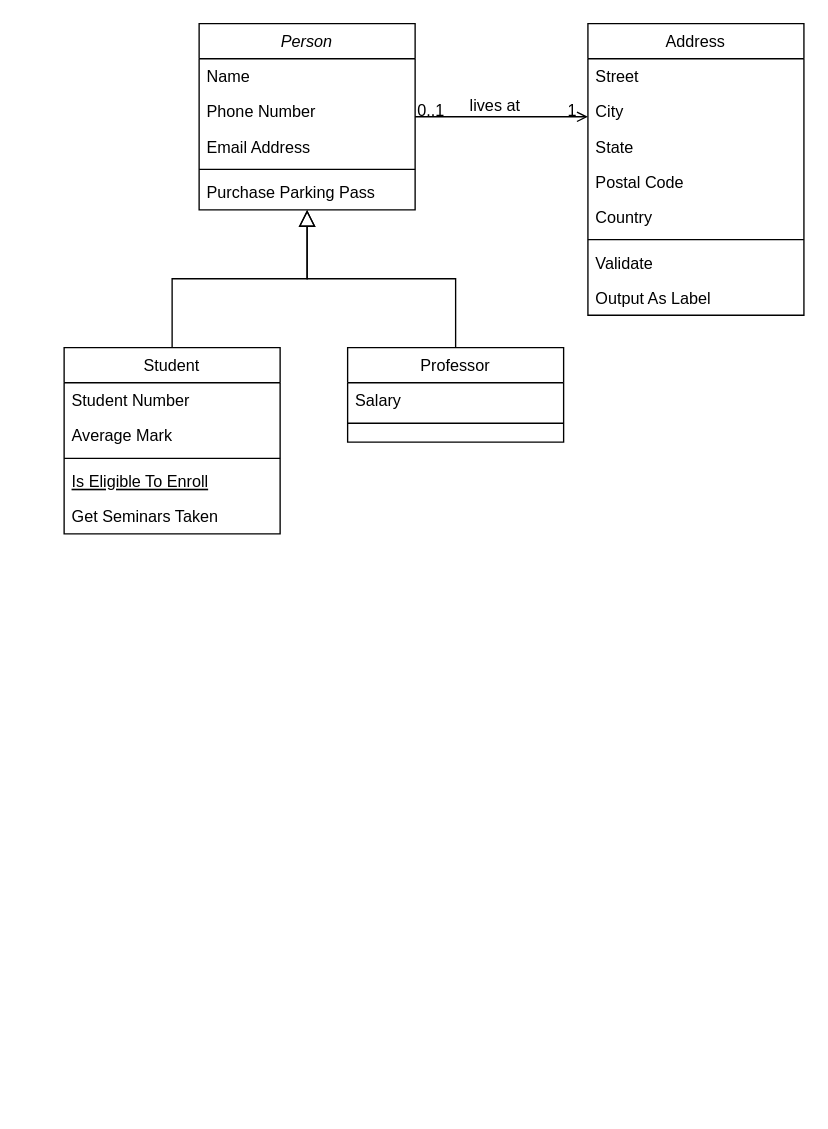
Before: ENG SOFTWARE/Aula 03.drawio in dieguesmosken/mosken.fatec, a draw.io diagram. Source tidied: cells renumbered, new cells numbered last; positions are measured from the earlier drawing's top-left corner, leaving out a move shared by most shapes. Both pictures are drawn from the tidied source at 135%, with x=0, y=0 at pixel (63, 23).
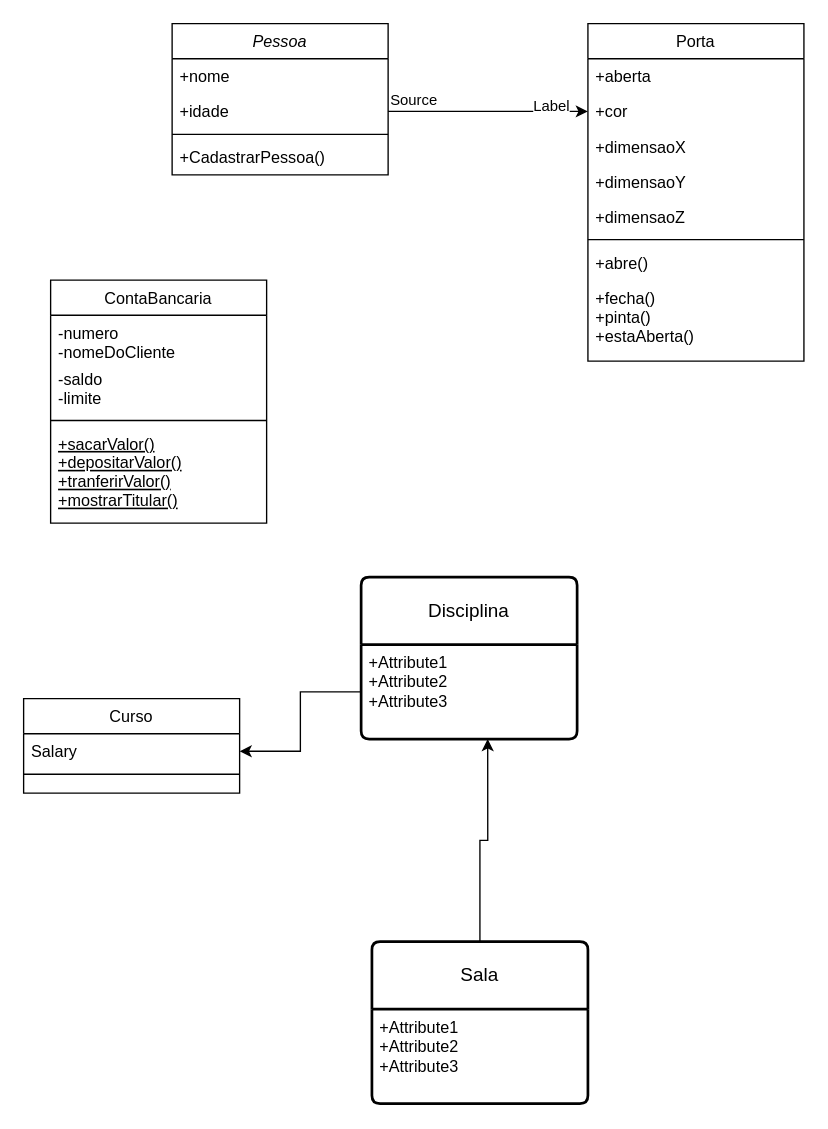
Above is the later version.

The change refers to these unchanged cells:
```xml
<mxCell id="16" value="Salary" style="text;align=left;verticalAlign=top;spacingLeft=4;spacingRight=4;overflow=hidden;points=[[0,0.5],[1,0.5]];portConstraint=eastwest;" parent="15" vertex="1">
  <mxGeometry y="26" width="160" height="26" as="geometry" />
</mxCell>
```

The edit, as a diff of the source:
```diff
@@
-    <mxCell id="2" value="Person" style="swimlane;fontStyle=2;align=center;verticalAlign=top;horizontal=1;startSize=26;rounded=0;shadow=0;strokeWidth=1;" parent="1" vertex="1">
-      <mxGeometry x="100" width="160" height="138" as="geometry" />
+    <mxCell id="2" value="Pessoa" style="swimlane;fontStyle=2;align=center;verticalAlign=top;horizontal=1;startSize=26;rounded=0;shadow=0;strokeWidth=1;" parent="1" vertex="1">
+      <mxGeometry x="80" width="160" height="112" as="geometry" />
     </mxCell>
-    <mxCell id="3" value="Name" style="text;align=left;verticalAlign=top;spacingLeft=4;spacingRight=4;overflow=hidden;" parent="2" vertex="1">
+    <mxCell id="3" value="+nome" style="text;align=left;verticalAlign=top;spacingLeft=4;spacingRight=4;overflow=hidden;" parent="2" vertex="1">
       <mxGeometry y="26" width="160" height="26" as="geometry" />
     </mxCell>
-    <mxCell id="4" value="Phone Number" style="text;align=left;verticalAlign=top;spacingLeft=4;spacingRight=4;overflow=hidden;points=[[0,0.5],[1,0.5]];portConstraint=eastwest;rounded=0;shadow=0;html=0;" parent="2" vertex="1">
+    <mxCell id="4" value="+idade" style="text;align=left;verticalAlign=top;spacingLeft=4;spacingRight=4;overflow=hidden;points=[[0,0.5],[1,0.5]];portConstraint=eastwest;rounded=0;shadow=0;html=0;" parent="2" vertex="1">
       <mxGeometry y="52" width="160" height="26" as="geometry" />
     </mxCell>
-    <mxCell id="5" value="Email Address" style="text;align=left;verticalAlign=top;spacingLeft=4;spacingRight=4;overflow=hidden;rounded=0;shadow=0;html=0;" parent="2" vertex="1">
-      <mxGeometry y="78" width="160" height="26" as="geometry" />
-    </mxCell>
     <mxCell id="6" style="line;html=1;strokeWidth=1;align=left;verticalAlign=middle;spacingTop=-1;spacingLeft=3;spacingRight=3;labelPosition=right;" parent="2" vertex="1">
-      <mxGeometry y="104" width="160" height="8" as="geometry" />
+      <mxGeometry y="78" width="160" height="8" as="geometry" />
     </mxCell>
-    <mxCell id="7" value="Purchase Parking Pass" style="text;align=left;verticalAlign=top;spacingLeft=4;spacingRight=4;overflow=hidden;" parent="2" vertex="1">
-      <mxGeometry y="112" width="160" height="26" as="geometry" />
+    <mxCell id="7" value="+CadastrarPessoa()" style="text;align=left;verticalAlign=top;spacingLeft=4;spacingRight=4;overflow=hidden;" parent="2" vertex="1">
+      <mxGeometry y="86" width="160" height="26" as="geometry" />
     </mxCell>
-    <mxCell id="8" value="Student" style="swimlane;fontStyle=0;align=center;verticalAlign=top;horizontal=1;startSize=26;rounded=0;shadow=0;strokeWidth=1;" parent="1" vertex="1">
-      <mxGeometry y="240" width="160" height="138" as="geometry" />
+    <mxCell id="8" value="ContaBancaria" style="swimlane;fontStyle=0;align=center;verticalAlign=top;horizontal=1;startSize=26;rounded=0;shadow=0;strokeWidth=1;" parent="1" vertex="1">
+      <mxGeometry x="-10" y="190" width="160" height="180" as="geometry" />
     </mxCell>
-    <mxCell id="9" value="Student Number" style="text;align=left;verticalAlign=top;spacingLeft=4;spacingRight=4;overflow=hidden;" parent="8" vertex="1">
-      <mxGeometry y="26" width="160" height="26" as="geometry" />
+    <mxCell id="9" value="-numero&#10;-nomeDoCliente&#10;" style="text;align=left;verticalAlign=top;spacingLeft=4;spacingRight=4;overflow=hidden;" parent="8" vertex="1">
+      <mxGeometry y="26" width="160" height="34" as="geometry" />
     </mxCell>
-    <mxCell id="10" value="Average Mark" style="text;align=left;verticalAlign=top;spacingLeft=4;spacingRight=4;overflow=hidden;rounded=0;shadow=0;html=0;" parent="8" vertex="1">
-      <mxGeometry y="52" width="160" height="26" as="geometry" />
+    <mxCell id="10" value="-saldo&#10;-limite&#10;" style="text;align=left;verticalAlign=top;spacingLeft=4;spacingRight=4;overflow=hidden;rounded=0;shadow=0;html=0;" parent="8" vertex="1">
+      <mxGeometry y="60" width="160" height="40" as="geometry" />
     </mxCell>
     <mxCell id="11" style="line;html=1;strokeWidth=1;align=left;verticalAlign=middle;spacingTop=-1;spacingLeft=3;spacingRight=3;labelPosition=right;" parent="8" vertex="1">
-      <mxGeometry y="78" width="160" height="8" as="geometry" />
+      <mxGeometry y="100" width="160" height="8" as="geometry" />
     </mxCell>
-    <mxCell id="12" value="Is Eligible To Enroll" style="text;align=left;verticalAlign=top;spacingLeft=4;spacingRight=4;overflow=hidden;fontStyle=4;" parent="8" vertex="1">
-      <mxGeometry y="86" width="160" height="26" as="geometry" />
+    <mxCell id="12" value="+sacarValor()&#10;+depositarValor()&#10;+tranferirValor()&#10;+mostrarTitular()" style="text;align=left;verticalAlign=top;spacingLeft=4;spacingRight=4;overflow=hidden;fontStyle=4;" parent="8" vertex="1">
+      <mxGeometry y="108" width="160" height="72" as="geometry" />
     </mxCell>
-    <mxCell id="13" value="Get Seminars Taken" style="text;align=left;verticalAlign=top;spacingLeft=4;spacingRight=4;overflow=hidden;" parent="8" vertex="1">
-      <mxGeometry y="112" width="160" height="26" as="geometry" />
-    </mxCell>
-    <mxCell id="14" style="endArrow=block;endSize=10;endFill=0;shadow=0;strokeWidth=1;rounded=0;curved=0;edgeStyle=elbowEdgeStyle;elbow=vertical;" parent="1" edge="1" source="8" target="2">
-      <mxGeometry relative="1" as="geometry" />
-    </mxCell>
-    <mxCell id="15" value="Professor" style="swimlane;fontStyle=0;align=center;verticalAlign=top;horizontal=1;startSize=26;rounded=0;shadow=0;strokeWidth=1;" parent="1" vertex="1">
-      <mxGeometry x="210" y="240" width="160" height="70" as="geometry" />
+    <mxCell id="15" value="Curso" style="swimlane;fontStyle=0;align=center;verticalAlign=top;horizontal=1;startSize=26;rounded=0;shadow=0;strokeWidth=1;" parent="1" vertex="1">
+      <mxGeometry x="-30" y="500" width="160" height="70" as="geometry" />
     </mxCell>
@@
-    <mxCell id="18" style="endArrow=block;endSize=10;endFill=0;shadow=0;strokeWidth=1;rounded=0;curved=0;edgeStyle=elbowEdgeStyle;elbow=vertical;" parent="1" edge="1" source="15" target="2">
-      <mxGeometry relative="1" as="geometry" />
-    </mxCell>
-    <mxCell id="19" value="Address" style="swimlane;fontStyle=0;align=center;verticalAlign=top;horizontal=1;startSize=26;rounded=0;shadow=0;strokeWidth=1;" parent="1" vertex="1">
-      <mxGeometry x="388" width="160" height="216" as="geometry" />
+    <mxCell id="19" value="Porta" style="swimlane;fontStyle=0;align=center;verticalAlign=top;horizontal=1;startSize=26;rounded=0;shadow=0;strokeWidth=1;" parent="1" vertex="1">
+      <mxGeometry x="388" width="160" height="250" as="geometry" />
     </mxCell>
-    <mxCell id="20" value="Street" style="text;align=left;verticalAlign=top;spacingLeft=4;spacingRight=4;overflow=hidden;" parent="19" vertex="1">
+    <mxCell id="20" value="+aberta" style="text;align=left;verticalAlign=top;spacingLeft=4;spacingRight=4;overflow=hidden;" parent="19" vertex="1">
       <mxGeometry y="26" width="160" height="26" as="geometry" />
     </mxCell>
-    <mxCell id="21" value="City" style="text;align=left;verticalAlign=top;spacingLeft=4;spacingRight=4;overflow=hidden;points=[[0,0.5],[1,0.5]];portConstraint=eastwest;rounded=0;shadow=0;html=0;" parent="19" vertex="1">
+    <mxCell id="21" value="+cor" style="text;align=left;verticalAlign=top;spacingLeft=4;spacingRight=4;overflow=hidden;points=[[0,0.5],[1,0.5]];portConstraint=eastwest;rounded=0;shadow=0;html=0;" parent="19" vertex="1">
       <mxGeometry y="52" width="160" height="26" as="geometry" />
     </mxCell>
-    <mxCell id="22" value="State" style="text;align=left;verticalAlign=top;spacingLeft=4;spacingRight=4;overflow=hidden;rounded=0;shadow=0;html=0;" parent="19" vertex="1">
+    <mxCell id="22" value="+dimensaoX" style="text;align=left;verticalAlign=top;spacingLeft=4;spacingRight=4;overflow=hidden;rounded=0;shadow=0;html=0;" parent="19" vertex="1">
       <mxGeometry y="78" width="160" height="26" as="geometry" />
     </mxCell>
-    <mxCell id="23" value="Postal Code" style="text;align=left;verticalAlign=top;spacingLeft=4;spacingRight=4;overflow=hidden;rounded=0;shadow=0;html=0;" parent="19" vertex="1">
+    <mxCell id="23" value="+dimensaoY" style="text;align=left;verticalAlign=top;spacingLeft=4;spacingRight=4;overflow=hidden;rounded=0;shadow=0;html=0;" parent="19" vertex="1">
       <mxGeometry y="104" width="160" height="26" as="geometry" />
     </mxCell>
-    <mxCell id="24" value="Country" style="text;align=left;verticalAlign=top;spacingLeft=4;spacingRight=4;overflow=hidden;rounded=0;shadow=0;html=0;" parent="19" vertex="1">
+    <mxCell id="24" value="+dimensaoZ" style="text;align=left;verticalAlign=top;spacingLeft=4;spacingRight=4;overflow=hidden;rounded=0;shadow=0;html=0;" parent="19" vertex="1">
       <mxGeometry y="130" width="160" height="26" as="geometry" />
     </mxCell>
@@
-    <mxCell id="26" value="Validate" style="text;align=left;verticalAlign=top;spacingLeft=4;spacingRight=4;overflow=hidden;" parent="19" vertex="1">
+    <mxCell id="26" value="+abre()" style="text;align=left;verticalAlign=top;spacingLeft=4;spacingRight=4;overflow=hidden;" parent="19" vertex="1">
       <mxGeometry y="164" width="160" height="26" as="geometry" />
     </mxCell>
-    <mxCell id="27" value="Output As Label" style="text;align=left;verticalAlign=top;spacingLeft=4;spacingRight=4;overflow=hidden;" parent="19" vertex="1">
-      <mxGeometry y="190" width="160" height="26" as="geometry" />
+    <mxCell id="27" value="+fecha()&#10;+pinta()&#10;+estaAberta()" style="text;align=left;verticalAlign=top;spacingLeft=4;spacingRight=4;overflow=hidden;" parent="19" vertex="1">
+      <mxGeometry y="190" width="160" height="60" as="geometry" />
     </mxCell>
-    <mxCell id="28" style="endArrow=open;shadow=0;strokeWidth=1;rounded=0;curved=0;endFill=1;edgeStyle=elbowEdgeStyle;elbow=vertical;" parent="1" edge="1" source="2" target="19">
-      <mxGeometry x="0.5" y="41" relative="1" as="geometry">
-        <mxPoint x="-40" y="32" as="offset" />
-      </mxGeometry>
-    </mxCell>
-    <mxCell id="29" value="0..1" style="align=left;verticalAlign=bottom;labelBackgroundColor=none;fontSize=12;" parent="28" vertex="1">
-      <mxGeometry x="-1" relative="1" as="geometry">
-        <mxPoint y="4" as="offset" />
-      </mxGeometry>
-    </mxCell>
-    <mxCell id="30" value="1" style="align=right;verticalAlign=bottom;labelBackgroundColor=none;fontSize=12;" parent="28" vertex="1">
-      <mxGeometry x="1" relative="1" as="geometry">
-        <mxPoint x="-7" y="4" as="offset" />
-      </mxGeometry>
-    </mxCell>
-    <mxCell id="31" value="lives at" style="text;html=1;align=center;verticalAlign=middle;labelBackgroundColor=none;rounded=0;shadow=0;strokeWidth=1;fontSize=12;" parent="28" vertex="1">
-      <mxGeometry x="0.5" y="49" relative="1" as="geometry">
-        <mxPoint x="-38" y="40" as="offset" />
-      </mxGeometry>
-    </mxCell>
+    <mxCell id="32" style="endArrow=classic;html=1;rounded=0;" parent="1" edge="1" source="4" target="21">
+      <mxGeometry relative="1" as="geometry" />
+    </mxCell>
+    <mxCell id="33" value="Label" style="edgeLabel;html=1;align=center;verticalAlign=middle;" parent="32" vertex="1">
+      <mxGeometry relative="1" as="geometry">
+        <mxPoint x="46" y="-5" as="offset" />
+      </mxGeometry>
+    </mxCell>
+    <mxCell id="34" value="Source" style="edgeLabel;html=1;align=left;verticalAlign=bottom;" parent="32" vertex="1">
+      <mxGeometry x="-1" relative="1" as="geometry" />
+    </mxCell>
+    <mxCell id="35" value="Disciplina" style="swimlane;horizontal=1;startSize=50;rounded=1;fontSize=14;fontStyle=0;strokeWidth=2;shadow=0;dashed=0;align=center;arcSize=4;whiteSpace=wrap;html=1;" parent="1" vertex="1">
+      <mxGeometry x="220" y="410" width="160" height="120" as="geometry" />
+    </mxCell>
+    <mxCell id="36" value="+Attribute1&#10;+Attribute2&#10;+Attribute3" style="align=left;strokeColor=none;fillColor=none;spacingLeft=4;fontSize=12;verticalAlign=top;html=1;" parent="35" vertex="1">
+      <mxGeometry y="50" width="160" height="70" as="geometry" />
+    </mxCell>
+    <mxCell id="37" style="edgeStyle=orthogonalEdgeStyle;rounded=0;jettySize=auto;html=1;" parent="1" edge="1" source="36" target="16">
+      <mxGeometry relative="1" as="geometry" />
+    </mxCell>
+    <mxCell id="38" value="Sala" style="swimlane;horizontal=1;startSize=50;rounded=1;fontSize=14;fontStyle=0;strokeWidth=2;shadow=0;dashed=0;align=center;arcSize=4;whiteSpace=wrap;html=1;" parent="1" vertex="1">
+      <mxGeometry x="228" y="680" width="160" height="120" as="geometry" />
+    </mxCell>
+    <mxCell id="39" value="+Attribute1&#10;+Attribute2&#10;+Attribute3" style="align=left;strokeColor=none;fillColor=none;spacingLeft=4;fontSize=12;verticalAlign=top;html=1;" parent="38" vertex="1">
+      <mxGeometry y="50" width="160" height="70" as="geometry" />
+    </mxCell>
+    <mxCell id="40" style="edgeStyle=orthogonalEdgeStyle;rounded=0;jettySize=auto;html=1;entryX=0.586;entryY=0.998;entryDx=0;entryDy=0;entryPerimeter=0;" parent="1" edge="1" source="38" target="36">
+      <mxGeometry relative="1" as="geometry" />
+    </mxCell>
```
